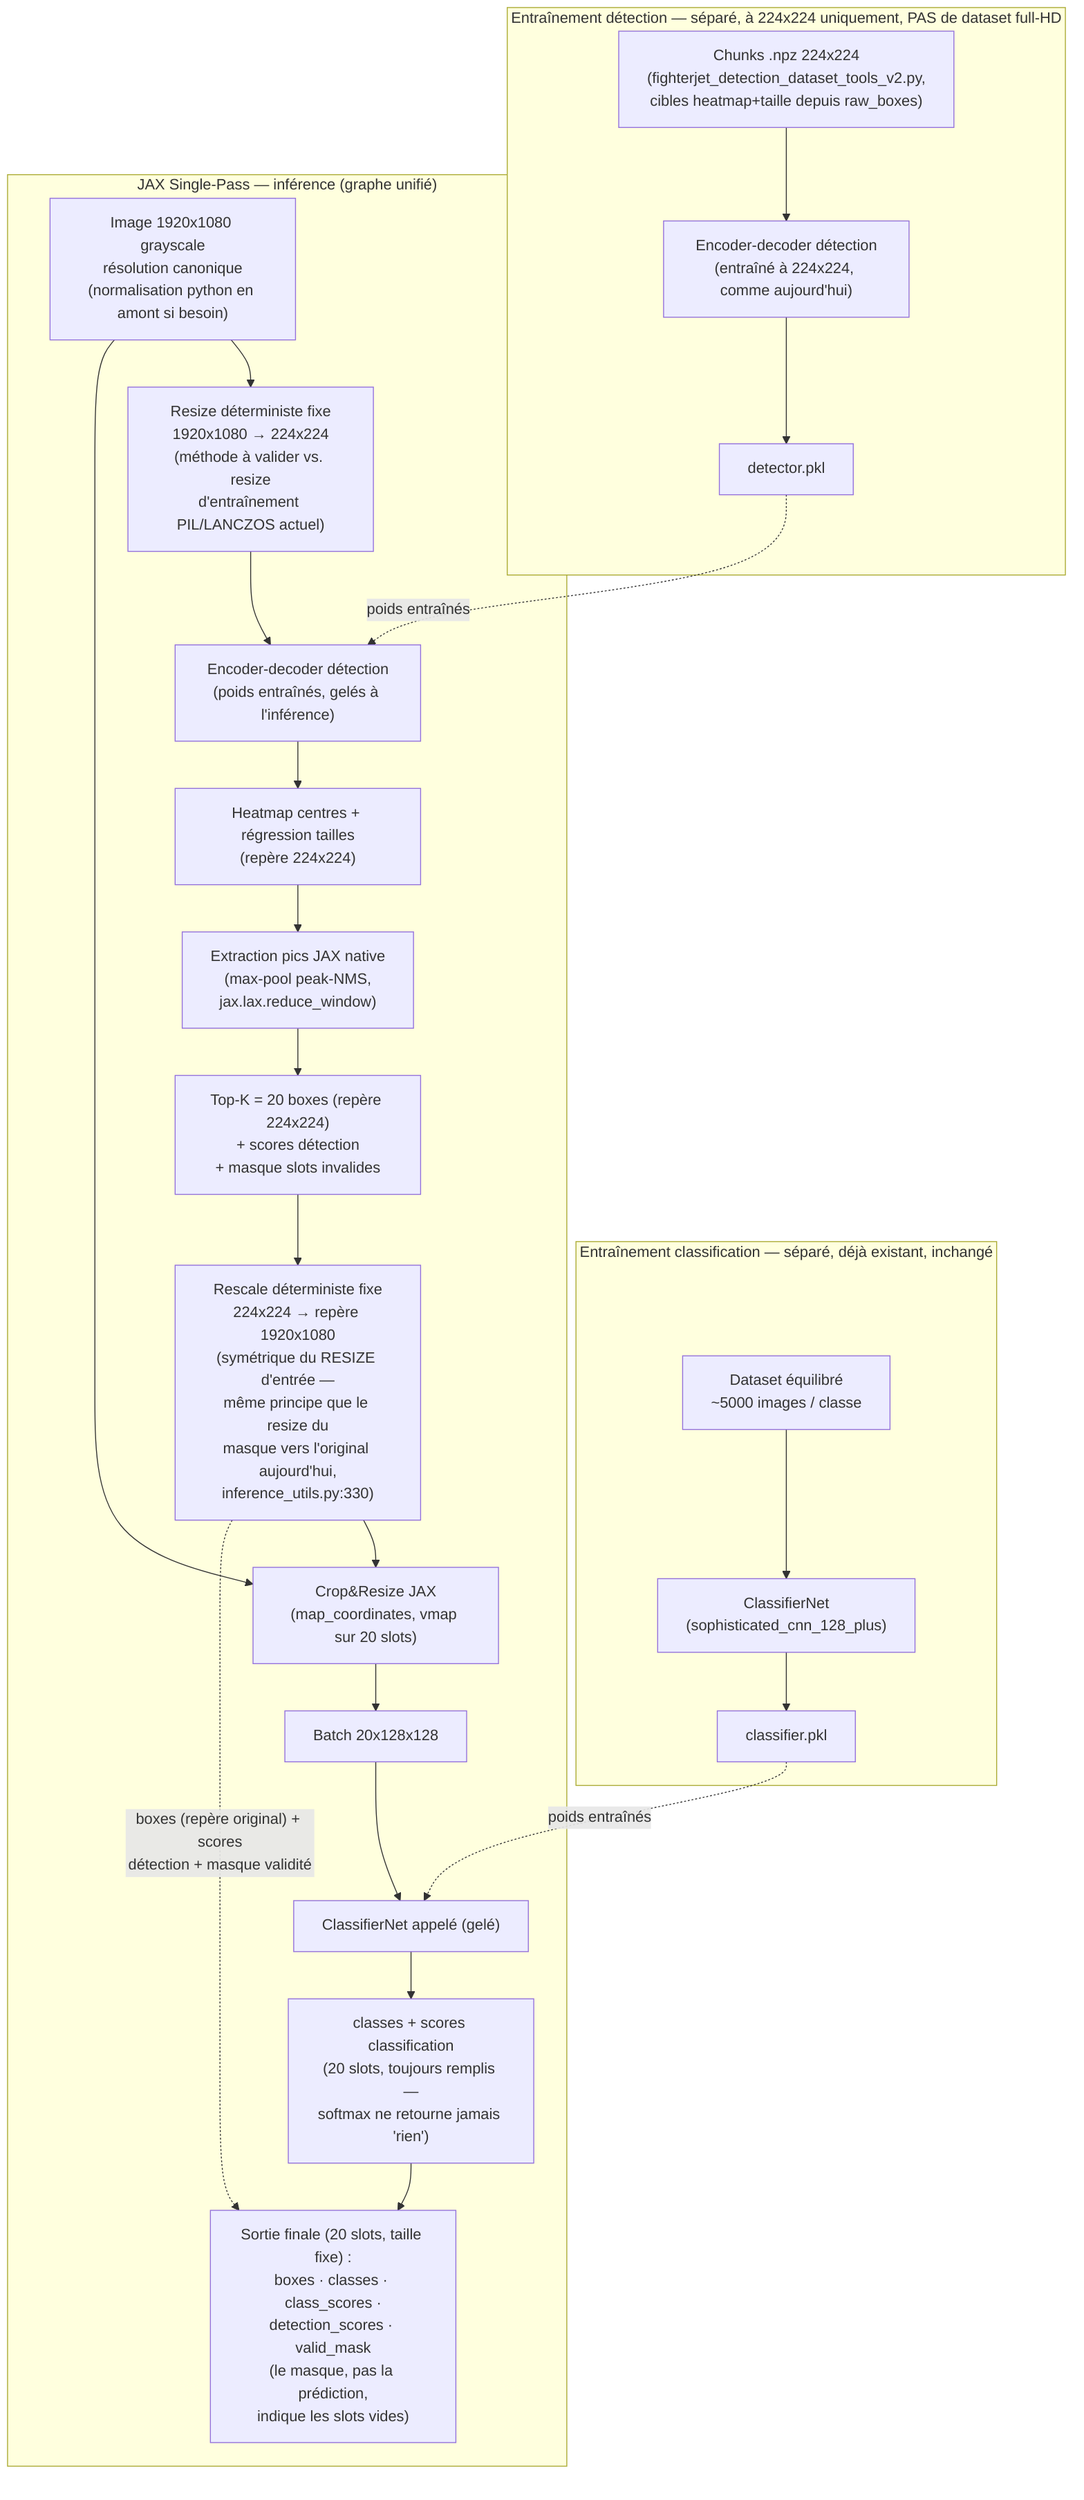
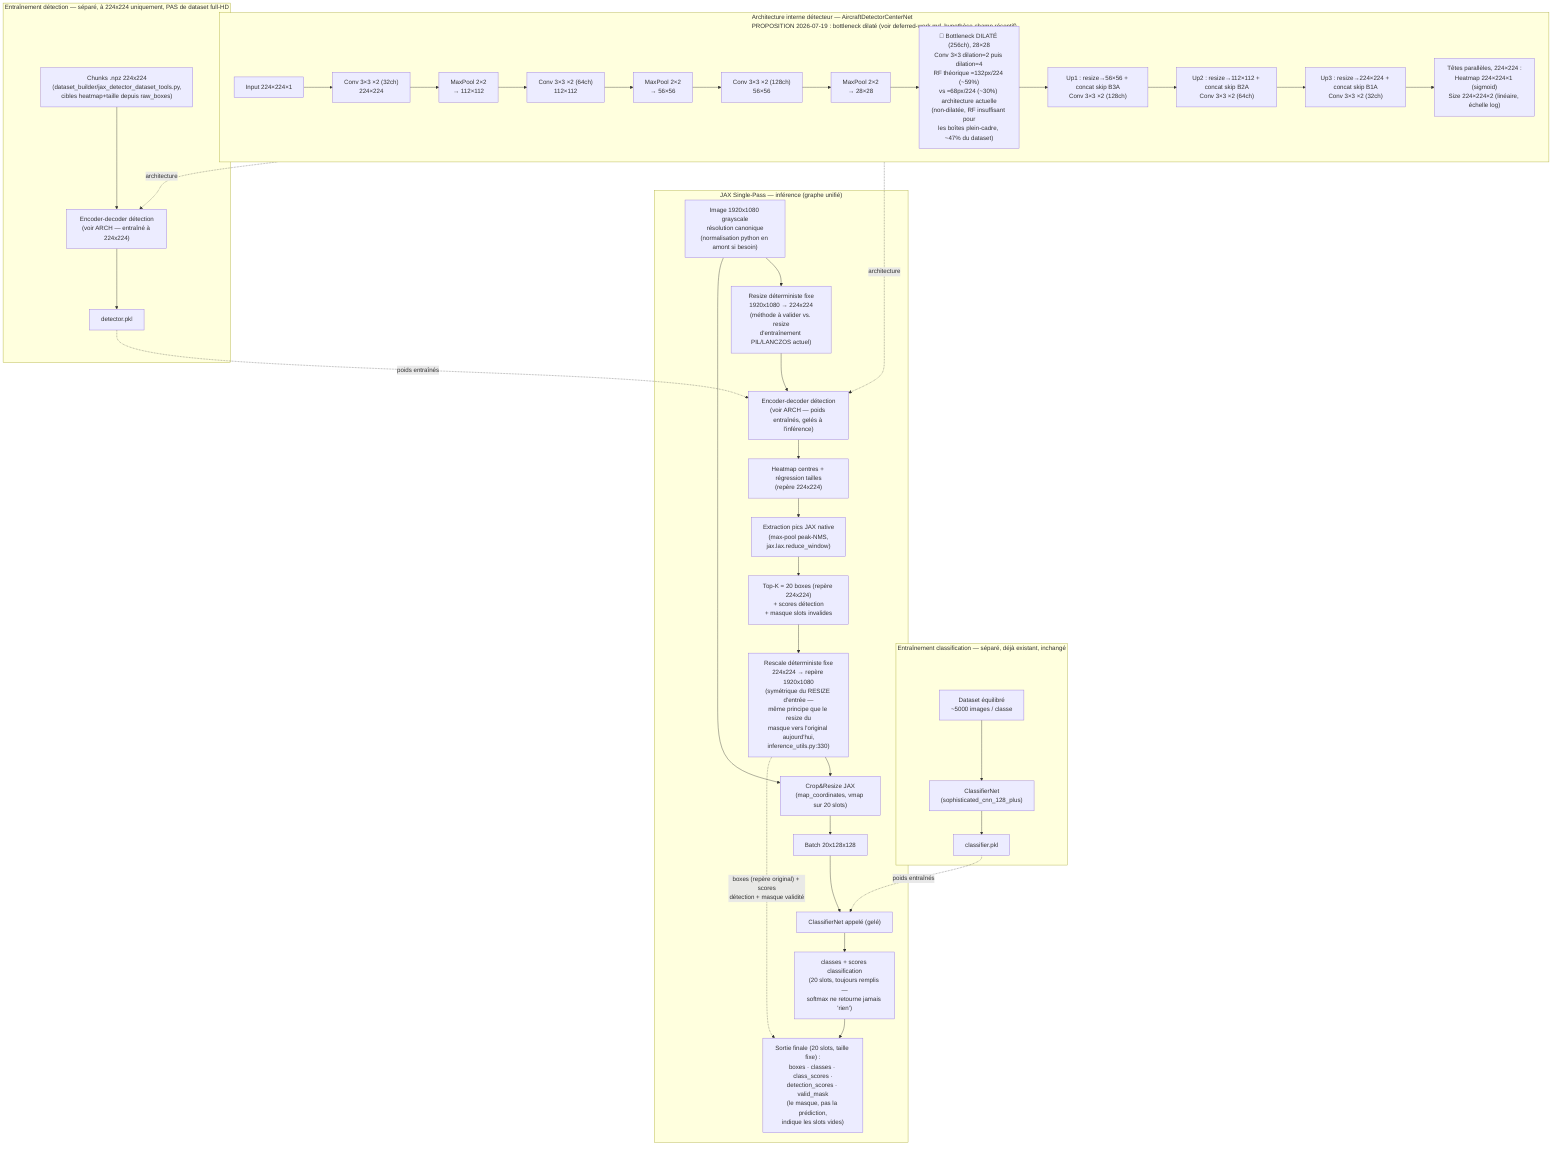
flowchart TB
    subgraph TRAIN["Entraînement classification — séparé, déjà existant, inchangé"]
        DS["Dataset équilibré<br/>~5000 images / classe"]
        DS --> CLF["ClassifierNet<br/>(sophisticated_cnn_128_plus)"]
        CLF --> PKL["classifier.pkl"]
    end

+     subgraph ARCH["Architecture interne détecteur — AircraftDetectorCenterNet<br/>PROPOSITION 2026-07-19 : bottleneck dilaté (voir deferred-work.md, hypothèse champ réceptif)"]
+         A0["Input 224×224×1"]
+         A0 --> B1A["Conv 3×3 ×2 (32ch)<br/>224×224"]
+         B1A --> B1P["MaxPool 2×2<br/>→ 112×112"]
+         B1P --> B2A["Conv 3×3 ×2 (64ch)<br/>112×112"]
+         B2A --> B2P["MaxPool 2×2<br/>→ 56×56"]
+         B2P --> B3A["Conv 3×3 ×2 (128ch)<br/>56×56"]
+         B3A --> B3P["MaxPool 2×2<br/>→ 28×28"]
+         B3P --> BOT["🔴 Bottleneck DILATÉ (256ch), 28×28<br/>Conv 3×3 dilation=2 puis dilation=4<br/>RF théorique ≈132px/224 (~59%)<br/>vs ≈68px/224 (~30%) architecture actuelle<br/>(non-dilatée, RF insuffisant pour<br/>les boîtes plein-cadre, ~47% du dataset)"]
+         BOT --> U1["Up1 : resize→56×56 + concat skip B3A<br/>Conv 3×3 ×2 (128ch)"]
+         U1 --> U2["Up2 : resize→112×112 + concat skip B2A<br/>Conv 3×3 ×2 (64ch)"]
+         U2 --> U3["Up3 : resize→224×224 + concat skip B1A<br/>Conv 3×3 ×2 (32ch)"]
+         U3 --> HEADS["Têtes parallèles, 224×224 :<br/>Heatmap 224×224×1 (sigmoid)<br/>Size 224×224×2 (linéaire, échelle log)"]
+     end
+ 
    subgraph DETTRAIN["Entraînement détection — séparé, à 224x224 uniquement, PAS de dataset full-HD"]
-         DSD["Chunks .npz 224x224<br/>(fighterjet_detection_dataset_tools_v2.py,<br/>cibles heatmap+taille depuis raw_boxes)"]
-         DSD --> ENCTRAIN["Encoder-decoder détection<br/>(entraîné à 224x224, comme aujourd'hui)"]
+         DSD["Chunks .npz 224x224<br/>(dataset_builder/jax_detector_dataset_tools.py,<br/>cibles heatmap+taille depuis raw_boxes)"]
+         DSD --> ENCTRAIN["Encoder-decoder détection<br/>(voir ARCH — entraîné à 224x224)"]
        ENCTRAIN --> DETPKL["detector.pkl"]
    end
+ 
+     ARCH -.architecture.-> ENCTRAIN

    subgraph DETECT["JAX Single-Pass — inférence (graphe unifié)"]
        IMG["Image 1920x1080 grayscale<br/>résolution canonique<br/>(normalisation python en amont si besoin)"]
        IMG --> RESIZE["Resize déterministe fixe<br/>1920x1080 → 224x224<br/>(méthode à valider vs. resize<br/>d'entraînement PIL/LANCZOS actuel)"]
-         RESIZE --> ENC["Encoder-decoder détection<br/>(poids entraînés, gelés à l'inférence)"]
+         RESIZE --> ENC["Encoder-decoder détection<br/>(voir ARCH — poids entraînés, gelés à l'inférence)"]
        DETPKL -.poids entraînés.-> ENC
        ENC --> HM["Heatmap centres + régression tailles<br/>(repère 224x224)"]
        HM --> PEAK["Extraction pics JAX native<br/>(max-pool peak-NMS,<br/>jax.lax.reduce_window)"]
        PEAK --> TOPK["Top-K = 20 boxes (repère 224x224)<br/>+ scores détection<br/>+ masque slots invalides"]
        TOPK --> RESCALE["Rescale déterministe fixe<br/>224x224 → repère 1920x1080<br/>(symétrique du RESIZE d'entrée —<br/>même principe que le resize du<br/>masque vers l'original aujourd'hui,<br/>inference_utils.py:330)"]
        IMG --> CROP["Crop&Resize JAX<br/>(map_coordinates, vmap sur 20 slots)"]
        RESCALE --> CROP
        CROP --> BATCH["Batch 20x128x128"]
        BATCH --> CLFCALL["ClassifierNet appelé (gelé)"]
        PKL -.poids entraînés.-> CLFCALL
        CLFCALL --> CLSOUT["classes + scores classification<br/>(20 slots, toujours remplis —<br/>softmax ne retourne jamais 'rien')"]
        RESCALE -."boxes (repère original) + scores<br/>détection + masque validité".-> OUT
        CLSOUT --> OUT["Sortie finale (20 slots, taille fixe) :<br/>boxes · classes · class_scores ·<br/>detection_scores · valid_mask<br/>(le masque, pas la prédiction,<br/>indique les slots vides)"]
    end
+ 
+     ARCH -.architecture.-> ENC
